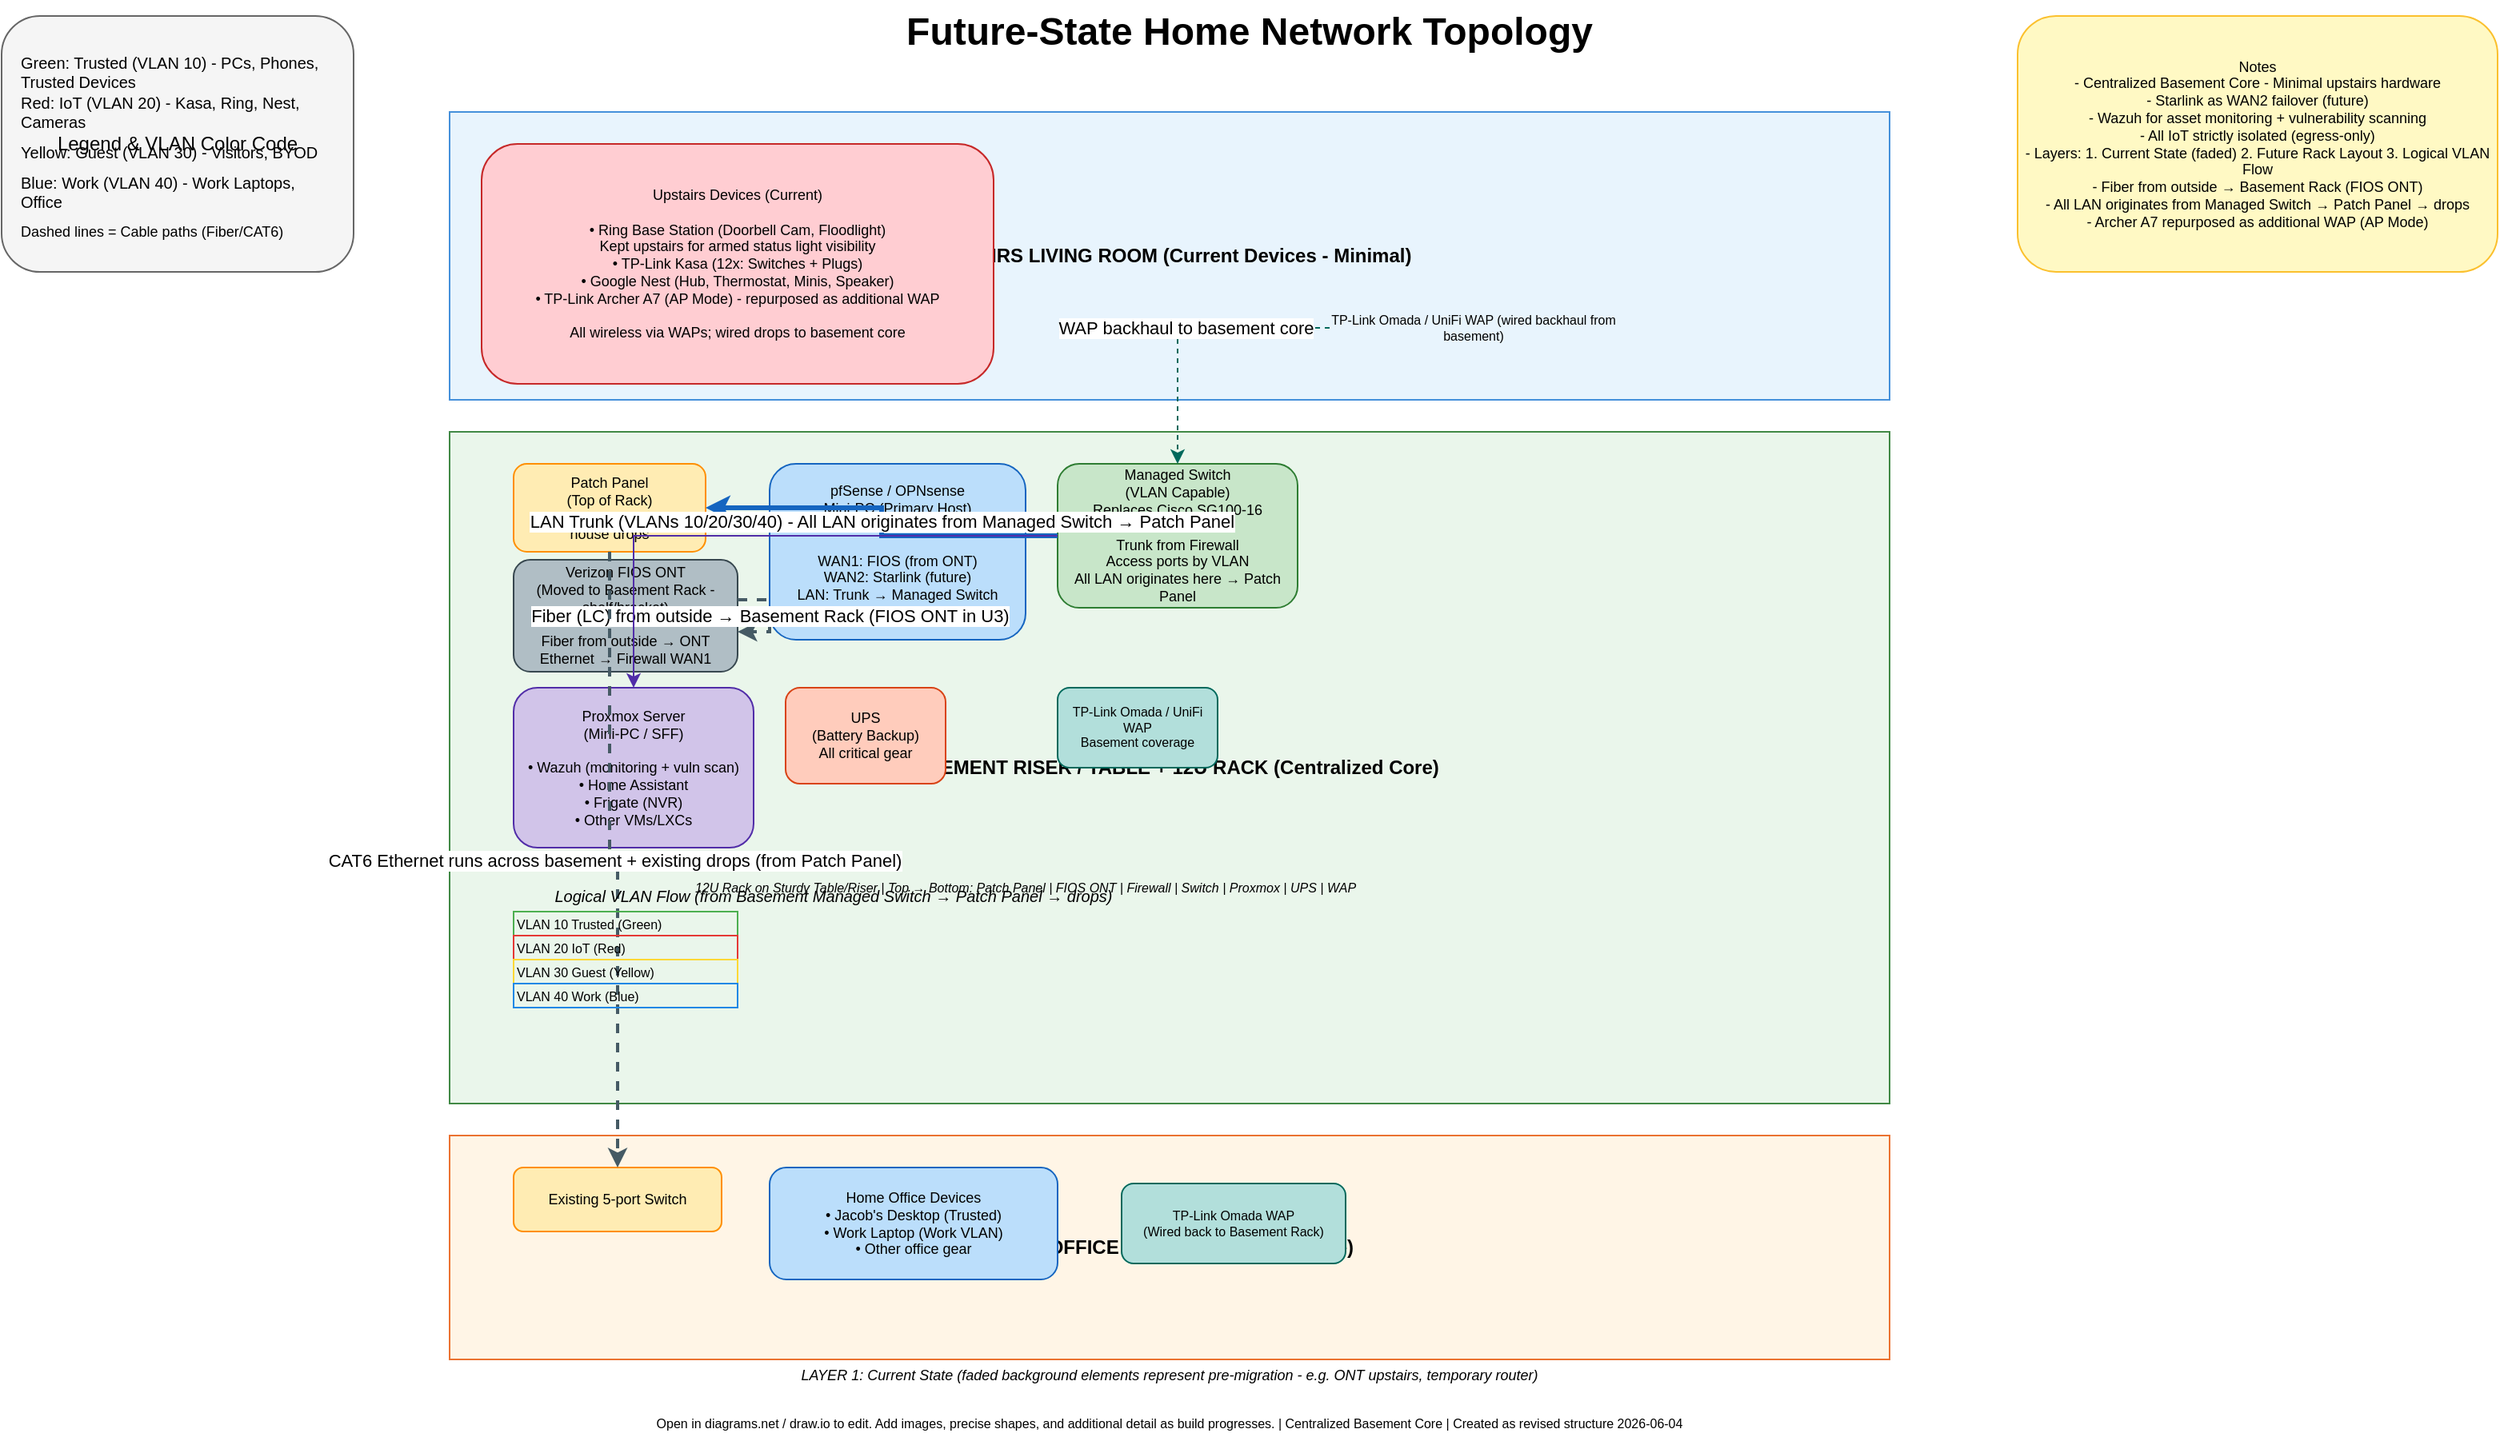
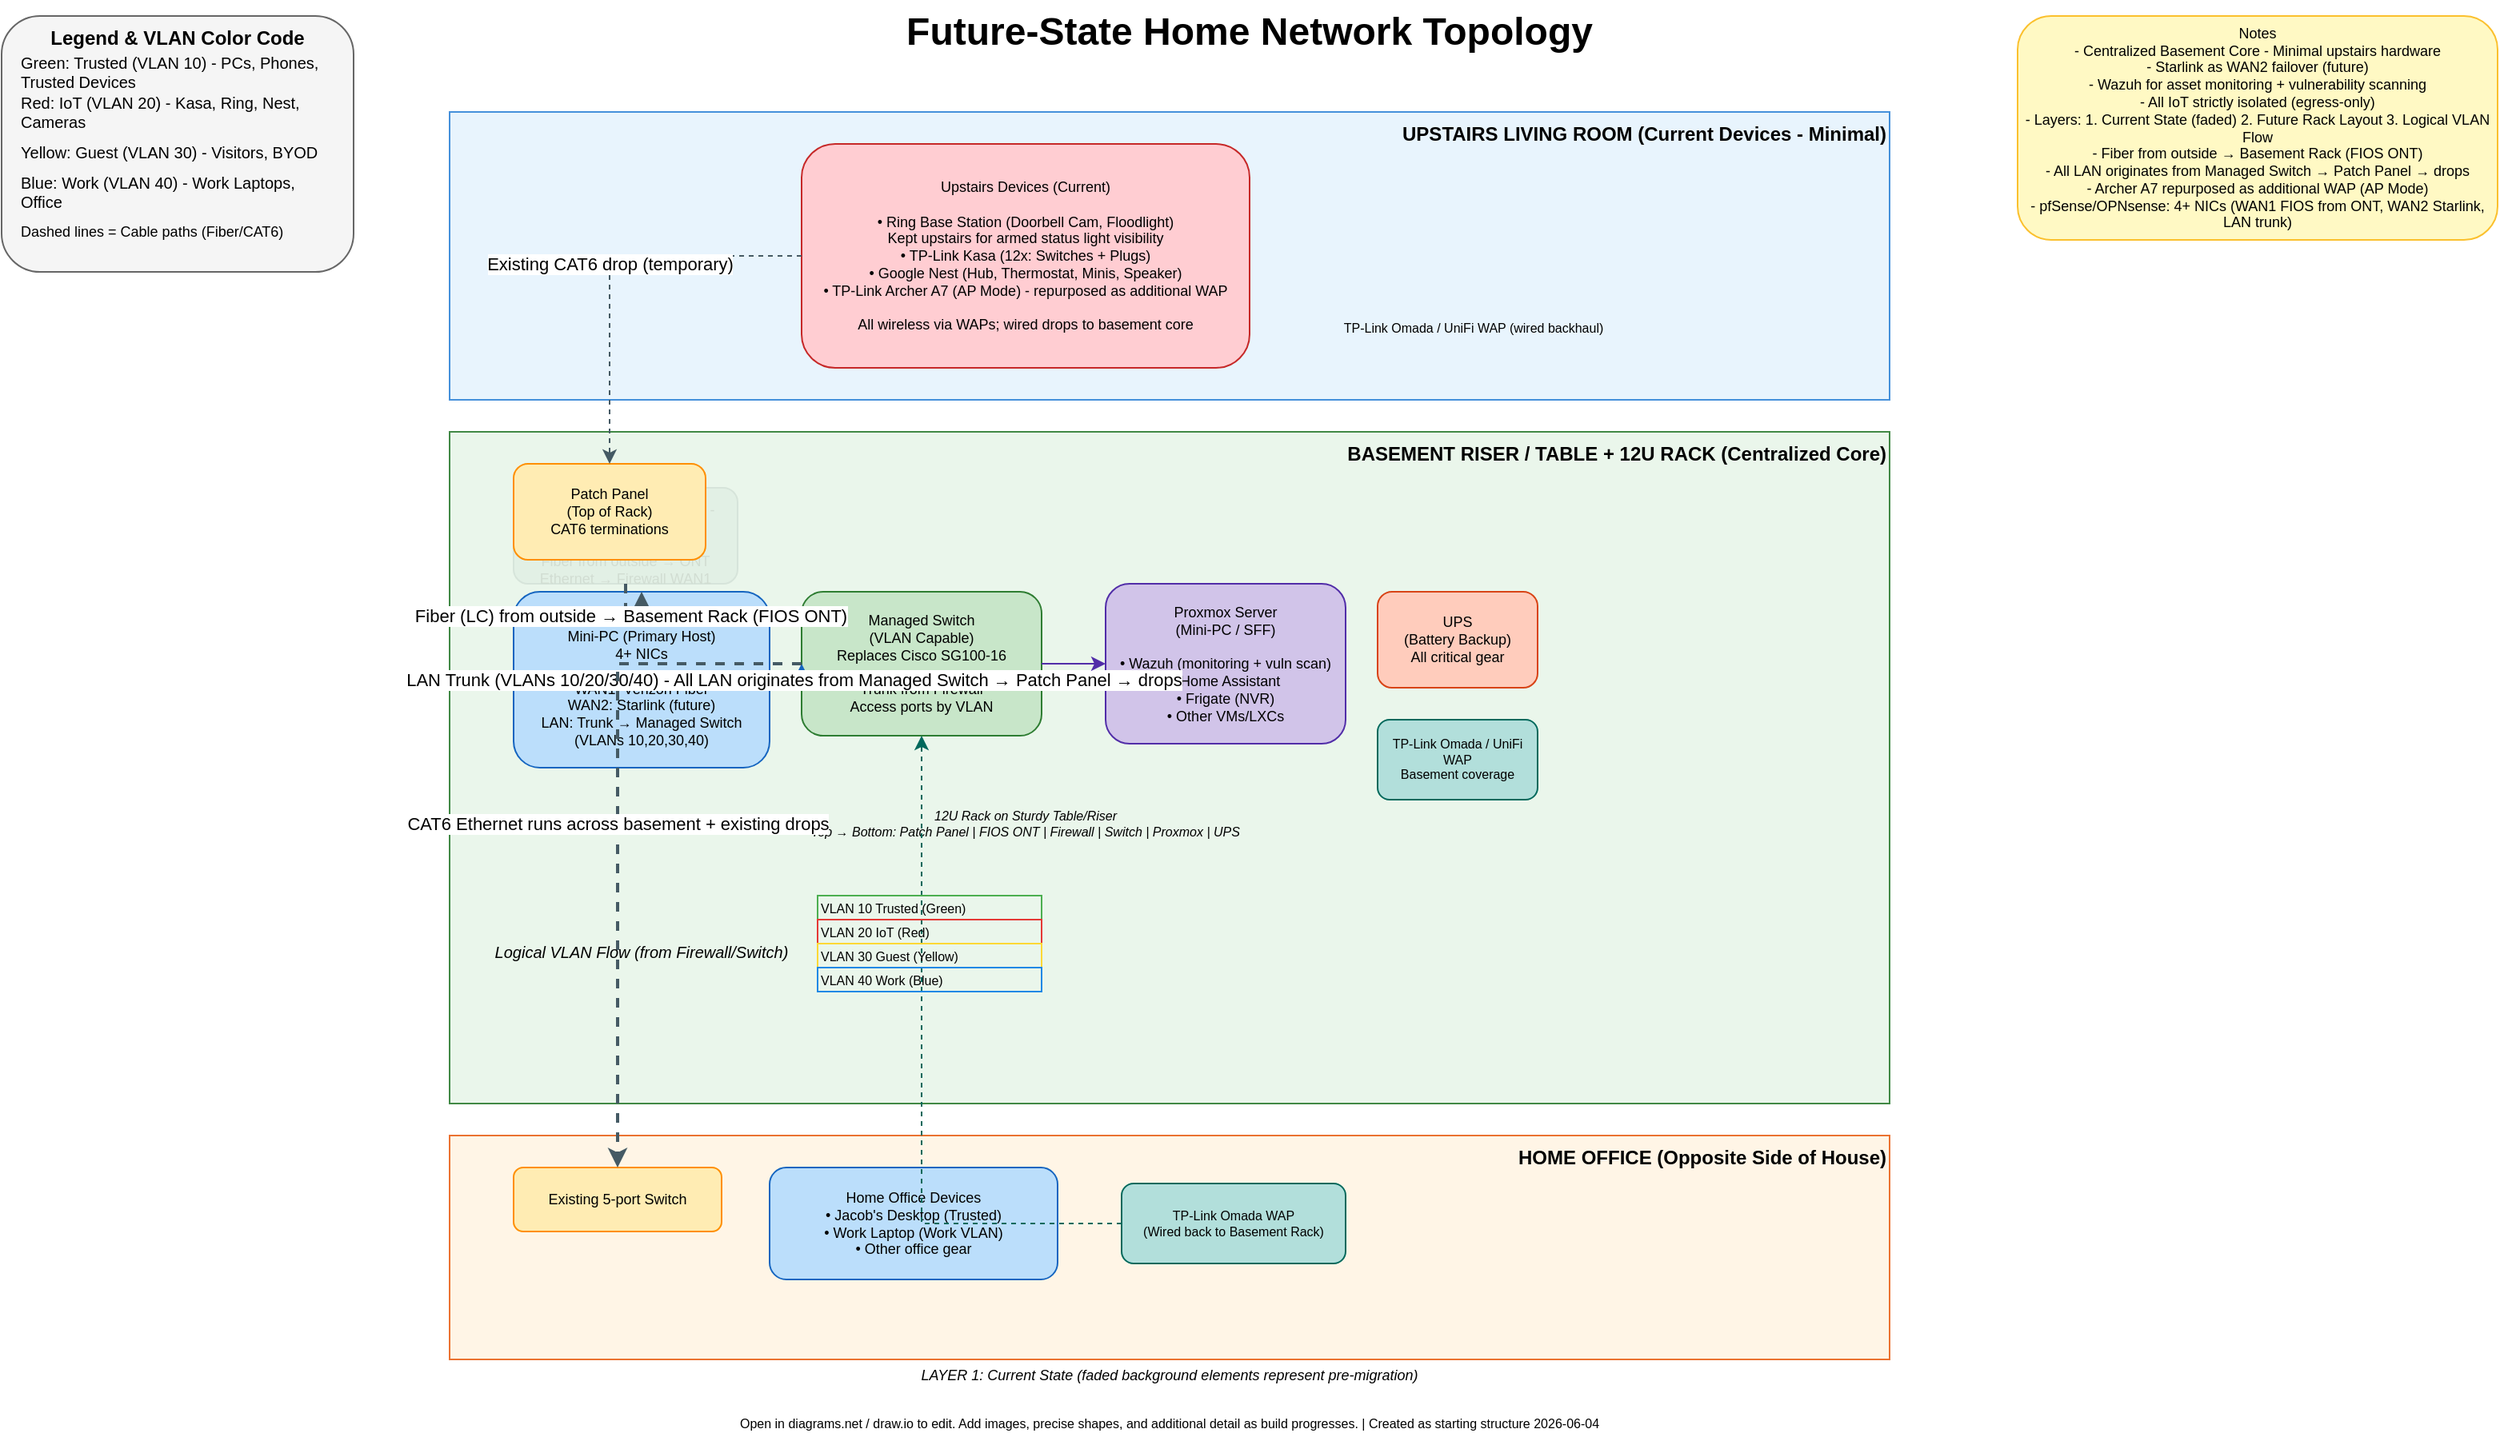
- <mxfile host="app.diagrams.net" modified="2026-06-04T15:10:00.000Z" agent="Grok-4.3" version="24.0.0" etag="future-state-revised">
-   <diagram name="Future-State Home Network Topology" id="future-state-revised">
-     <mxGraphModel dx="1424" dy="842" grid="1" gridSize="10" guides="1" tooltips="1" connect="1" arrows="1" fold="1" page="1" pageScale="1" pageWidth="1680" pageHeight="1050" math="0" shadow="0">
+ <mxfile host="app.diagrams.net">
+   <diagram name="Future-State Home Network Topology" id="VYEXW0rNY10q_rIyr2fQ">
+     <mxGraphModel dx="1512" dy="592" grid="1" gridSize="10" guides="1" tooltips="1" connect="1" arrows="1" fold="1" page="1" pageScale="1" pageWidth="850" pageHeight="1100" math="0" shadow="0">
      <root>
        <mxCell id="0" />
        <mxCell id="1" parent="0" />
- 
-         <!-- Title -->
-         <mxCell id="title" value="Future-State Home Network Topology" style="text;html=1;strokeColor=none;fillColor=none;align=center;verticalAlign=middle;whiteSpace=wrap;rounded=0;fontSize=24;fontStyle=1;" vertex="1" parent="1">
-           <mxGeometry x="500" y="10" width="600" height="40" as="geometry" />
+         <mxCell id="z0eYjY46S8jfoElOQu6q-1" parent="1" style="text;html=1;strokeColor=none;fillColor=none;align=center;verticalAlign=middle;whiteSpace=wrap;rounded=0;fontSize=24;fontStyle=1;" value="Future-State Home Network Topology" vertex="1">
+           <mxGeometry height="40" width="600" x="540" y="50" as="geometry" />
        </mxCell>
- 
-         <!-- Legend -->
-         <mxCell id="legend-box" value="Legend &amp; VLAN Color Code" style="rounded=1;whiteSpace=wrap;html=1;fillColor=#F5F5F5;strokeColor=#666666;" vertex="1" parent="1">
-           <mxGeometry x="20" y="20" width="220" height="160" as="geometry" />
+         <mxCell id="z0eYjY46S8jfoElOQu6q-2" parent="1" style="rounded=1;whiteSpace=wrap;html=1;fillColor=#F5F5F5;strokeColor=#666666;align=center;verticalAlign=top;fontStyle=1" value="Legend &amp;amp; VLAN Color Code" vertex="1">
+           <mxGeometry height="160" width="220" x="60" y="60" as="geometry" />
        </mxCell>
-         <mxCell id="legend-green" value="Green: Trusted (VLAN 10) - PCs, Phones, Trusted Devices" style="text;html=1;strokeColor=none;fillColor=none;align=left;verticalAlign=middle;whiteSpace=wrap;rounded=0;fontSize=10;" vertex="1" parent="1">
-           <mxGeometry x="30" y="45" width="200" height="20" as="geometry" />
+         <mxCell id="z0eYjY46S8jfoElOQu6q-3" parent="1" style="text;html=1;strokeColor=none;fillColor=none;align=left;verticalAlign=middle;whiteSpace=wrap;rounded=0;fontSize=10;" value="Green: Trusted (VLAN 10) - PCs, Phones, Trusted Devices" vertex="1">
+           <mxGeometry height="20" width="200" x="70" y="85" as="geometry" />
        </mxCell>
-         <mxCell id="legend-red" value="Red: IoT (VLAN 20) - Kasa, Ring, Nest, Cameras" style="text;html=1;strokeColor=none;fillColor=none;align=left;verticalAlign=middle;whiteSpace=wrap;rounded=0;fontSize=10;" vertex="1" parent="1">
-           <mxGeometry x="30" y="70" width="200" height="20" as="geometry" />
+         <mxCell id="z0eYjY46S8jfoElOQu6q-4" parent="1" style="text;html=1;strokeColor=none;fillColor=none;align=left;verticalAlign=middle;whiteSpace=wrap;rounded=0;fontSize=10;" value="Red: IoT (VLAN 20) - Kasa, Ring, Nest, Cameras" vertex="1">
+           <mxGeometry height="20" width="200" x="70" y="110" as="geometry" />
        </mxCell>
-         <mxCell id="legend-yellow" value="Yellow: Guest (VLAN 30) - Visitors, BYOD" style="text;html=1;strokeColor=none;fillColor=none;align=left;verticalAlign=middle;whiteSpace=wrap;rounded=0;fontSize=10;" vertex="1" parent="1">
-           <mxGeometry x="30" y="95" width="200" height="20" as="geometry" />
+         <mxCell id="z0eYjY46S8jfoElOQu6q-5" parent="1" style="text;html=1;strokeColor=none;fillColor=none;align=left;verticalAlign=middle;whiteSpace=wrap;rounded=0;fontSize=10;" value="Yellow: Guest (VLAN 30) - Visitors, BYOD" vertex="1">
+           <mxGeometry height="20" width="200" x="70" y="135" as="geometry" />
        </mxCell>
-         <mxCell id="legend-blue" value="Blue: Work (VLAN 40) - Work Laptops, Office" style="text;html=1;strokeColor=none;fillColor=none;align=left;verticalAlign=middle;whiteSpace=wrap;rounded=0;fontSize=10;" vertex="1" parent="1">
-           <mxGeometry x="30" y="120" width="200" height="20" as="geometry" />
+         <mxCell id="z0eYjY46S8jfoElOQu6q-6" parent="1" style="text;html=1;strokeColor=none;fillColor=none;align=left;verticalAlign=middle;whiteSpace=wrap;rounded=0;fontSize=10;" value="Blue: Work (VLAN 40) - Work Laptops, Office" vertex="1">
+           <mxGeometry height="20" width="200" x="70" y="160" as="geometry" />
        </mxCell>
-         <mxCell id="legend-note" value="Dashed lines = Cable paths (Fiber/CAT6)" style="text;html=1;strokeColor=none;fillColor=none;align=left;verticalAlign=middle;whiteSpace=wrap;rounded=0;fontSize=9;" vertex="1" parent="1">
-           <mxGeometry x="30" y="145" width="200" height="20" as="geometry" />
+         <mxCell id="z0eYjY46S8jfoElOQu6q-7" parent="1" style="text;html=1;strokeColor=none;fillColor=none;align=left;verticalAlign=middle;whiteSpace=wrap;rounded=0;fontSize=9;" value="Dashed lines = Cable paths (Fiber/CAT6)" vertex="1">
+           <mxGeometry height="20" width="200" x="70" y="185" as="geometry" />
        </mxCell>
- 
-         <!-- Notes Box - Updated -->
-         <mxCell id="notes-box" value="Notes&#10;- Centralized Basement Core - Minimal upstairs hardware&#10;- Starlink as WAN2 failover (future)&#10;- Wazuh for asset monitoring + vulnerability scanning&#10;- All IoT strictly isolated (egress-only)&#10;- Layers: 1. Current State (faded) 2. Future Rack Layout 3. Logical VLAN Flow&#10;- Fiber from outside → Basement Rack (FIOS ONT)&#10;- All LAN originates from Managed Switch → Patch Panel → drops&#10;- Archer A7 repurposed as additional WAP (AP Mode)" style="rounded=1;whiteSpace=wrap;html=1;fillColor=#FFF9C4;strokeColor=#FBC02D;fontSize=9;" vertex="1" parent="1">
-           <mxGeometry x="1280" y="20" width="300" height="160" as="geometry" />
+         <mxCell id="z0eYjY46S8jfoElOQu6q-8" parent="1" style="rounded=1;whiteSpace=wrap;html=1;fillColor=#FFF9C4;strokeColor=#FBC02D;fontSize=9;" value="Notes&#xa;- Centralized Basement Core - Minimal upstairs hardware&#xa;- Starlink as WAN2 failover (future)&#xa;- Wazuh for asset monitoring + vulnerability scanning&#xa;- All IoT strictly isolated (egress-only)&#xa;- Layers: 1. Current State (faded) 2. Future Rack Layout 3. Logical VLAN Flow&#xa;- Fiber from outside → Basement Rack (FIOS ONT)&#xa;- All LAN originates from Managed Switch → Patch Panel → drops&#xa;- Archer A7 repurposed as additional WAP (AP Mode)&#xa;- pfSense/OPNsense: 4+ NICs (WAN1 FIOS from ONT, WAN2 Starlink, LAN trunk)" vertex="1">
+           <mxGeometry height="140" width="300" x="1320" y="60" as="geometry" />
        </mxCell>
- 
-         <!-- Upstairs Living Room Layer -->
-         <mxCell id="upstairs-layer" value="UPSTAIRS LIVING ROOM (Current Devices - Minimal)" style="rounded=0;whiteSpace=wrap;html=1;fillColor=#E3F2FD;strokeColor=#1976D2;fontSize=12;fontStyle=1;opacity=80;" vertex="1" parent="1">
-           <mxGeometry x="300" y="80" width="900" height="180" as="geometry" />
+         <mxCell id="z0eYjY46S8jfoElOQu6q-9" parent="1" style="rounded=0;whiteSpace=wrap;html=1;fillColor=#E3F2FD;strokeColor=#1976D2;fontSize=12;fontStyle=1;opacity=80;align=right;verticalAlign=top;" value="UPSTAIRS LIVING ROOM (Current Devices - Minimal)" vertex="1">
+           <mxGeometry height="180" width="900" x="340" y="120" as="geometry" />
        </mxCell>
- 
-         <!-- Upstairs Devices - Updated: Ring with note, Archer A7, no old router, no ONT -->
-         <mxCell id="upstairs-devices" value="Upstairs Devices (Current)&#10;&#10;• Ring Base Station (Doorbell Cam, Floodlight)&#10;  Kept upstairs for armed status light visibility&#10;• TP-Link Kasa (12x: Switches + Plugs)&#10;• Google Nest (Hub, Thermostat, Minis, Speaker)&#10;• TP-Link Archer A7 (AP Mode) - repurposed as additional WAP&#10;&#10;All wireless via WAPs; wired drops to basement core" style="rounded=1;whiteSpace=wrap;html=1;fillColor=#FFCDD2;strokeColor=#C62828;fontSize=9;" vertex="1" parent="1">
-           <mxGeometry x="320" y="100" width="320" height="150" as="geometry" />
+         <mxCell id="z0eYjY46S8jfoElOQu6q-10" parent="1" style="rounded=1;whiteSpace=wrap;html=1;fillColor=#B0BEC5;strokeColor=#37474F;fontSize=9;" value="Verizon FIOS ONT&#xa;(Moved to Basement Rack - shelf/bracket)&#xa;&#xa;Fiber from outside → ONT&#xa;Ethernet → Firewall WAN1" vertex="1">
+           <mxGeometry height="60" width="140" x="380" y="355" as="geometry" />
        </mxCell>
- 
-         <!-- Basement WAP note -->
-         <mxCell id="upstairs-wap-note" value="TP-Link Omada / UniFi WAP (wired backhaul from basement)" style="text;html=1;strokeColor=none;fillColor=none;align=center;verticalAlign=middle;whiteSpace=wrap;rounded=0;fontSize=8;" vertex="1" parent="1">
-           <mxGeometry x="850" y="200" width="180" height="30" as="geometry" />
+         <mxCell id="z0eYjY46S8jfoElOQu6q-11" parent="1" style="rounded=1;whiteSpace=wrap;html=1;fillColor=#FFCDD2;strokeColor=#C62828;fontSize=9;" value="Upstairs Devices (Current)&#xa;&#xa;• Ring Base Station (Doorbell Cam, Floodlight)&#xa;  Kept upstairs for armed status light visibility&#xa;• TP-Link Kasa (12x: Switches + Plugs)&#xa;• Google Nest (Hub, Thermostat, Minis, Speaker)&#xa;• TP-Link Archer A7 (AP Mode) - repurposed as additional WAP&#xa;&#xa;All wireless via WAPs; wired drops to basement core" vertex="1">
+           <mxGeometry height="140" width="280" x="560" y="140" as="geometry" />
        </mxCell>
- 
-         <!-- Basement Rack Layer -->
-         <mxCell id="basement-layer" value="BASEMENT RISER / TABLE + 12U RACK (Centralized Core)" style="rounded=0;whiteSpace=wrap;html=1;fillColor=#E8F5E9;strokeColor=#2E7D32;fontSize=12;fontStyle=1;opacity=90;" vertex="1" parent="1">
-           <mxGeometry x="300" y="280" width="900" height="420" as="geometry" />
+         <mxCell id="z0eYjY46S8jfoElOQu6q-12" parent="1" style="text;html=1;strokeColor=none;fillColor=none;align=center;verticalAlign=middle;whiteSpace=wrap;rounded=0;fontSize=8;" value="TP-Link Omada / UniFi WAP (wired backhaul)" vertex="1">
+           <mxGeometry height="30" width="180" x="890" y="240" as="geometry" />
        </mxCell>
- 
-         <!-- Patch Panel -->
-         <mxCell id="patch-panel" value="Patch Panel&#10;(Top of Rack)&#10;CAT6 terminations from house drops" style="rounded=1;whiteSpace=wrap;html=1;fillColor=#FFECB3;strokeColor=#FF8F00;fontSize=9;" vertex="1" parent="1">
-           <mxGeometry x="340" y="300" width="120" height="55" as="geometry" />
+         <mxCell id="z0eYjY46S8jfoElOQu6q-13" parent="1" style="rounded=0;whiteSpace=wrap;html=1;fillColor=#E8F5E9;strokeColor=#2E7D32;fontSize=12;fontStyle=1;opacity=90;align=right;verticalAlign=top;" value="BASEMENT RISER / TABLE + 12U RACK (Centralized Core)" vertex="1">
+           <mxGeometry height="420" width="900" x="340" y="320" as="geometry" />
        </mxCell>
- 
-         <!-- FIOS ONT now in Basement Rack -->
-         <mxCell id="ont-basement" value="Verizon FIOS ONT&#10;(Moved to Basement Rack - shelf/bracket)&#10;&#10;Fiber from outside → ONT&#10;Ethernet → Firewall WAN1" style="rounded=1;whiteSpace=wrap;html=1;fillColor=#B0BEC5;strokeColor=#37474F;fontSize=9;" vertex="1" parent="1">
-           <mxGeometry x="340" y="360" width="140" height="70" as="geometry" />
+         <mxCell id="z0eYjY46S8jfoElOQu6q-14" parent="1" style="rounded=1;whiteSpace=wrap;html=1;fillColor=#FFECB3;strokeColor=#FF8F00;fontSize=9;" value="Patch Panel&#xa;(Top of Rack)&#xa;CAT6 terminations" vertex="1">
+           <mxGeometry height="60" width="120" x="380" y="340" as="geometry" />
        </mxCell>
- 
-         <!-- Main Firewall -->
-         <mxCell id="firewall" value="pfSense / OPNsense&#10;Mini-PC (Primary Host)&#10;4+ NICs&#10;&#10;WAN1: FIOS (from ONT)&#10;WAN2: Starlink (future)&#10;LAN: Trunk → Managed Switch&#10;(VLANs 10,20,30,40)" style="rounded=1;whiteSpace=wrap;html=1;fillColor=#BBDEFB;strokeColor=#1565C0;fontSize=9;" vertex="1" parent="1">
-           <mxGeometry x="500" y="300" width="160" height="110" as="geometry" />
+         <mxCell id="z0eYjY46S8jfoElOQu6q-15" parent="1" style="rounded=1;whiteSpace=wrap;html=1;fillColor=#BBDEFB;strokeColor=#1565C0;fontSize=9;" value="pfSense / OPNsense&#xa;Mini-PC (Primary Host)&#xa;4+ NICs&#xa;&#xa;WAN1: Verizon Fiber&#xa;WAN2: Starlink (future)&#xa;LAN: Trunk → Managed Switch&#xa;(VLANs 10,20,30,40)" vertex="1">
+           <mxGeometry height="110" width="160" x="380" y="420" as="geometry" />
        </mxCell>
- 
-         <!-- Managed Switch -->
-         <mxCell id="switch" value="Managed Switch&#10;(VLAN Capable)&#10;Replaces Cisco SG100-16&#10;&#10;Trunk from Firewall&#10;Access ports by VLAN&#10;All LAN originates here → Patch Panel" style="rounded=1;whiteSpace=wrap;html=1;fillColor=#C8E6C9;strokeColor=#2E7D32;fontSize=9;" vertex="1" parent="1">
-           <mxGeometry x="680" y="300" width="150" height="90" as="geometry" />
+         <mxCell id="z0eYjY46S8jfoElOQu6q-16" parent="1" style="rounded=1;whiteSpace=wrap;html=1;fillColor=#C8E6C9;strokeColor=#2E7D32;fontSize=9;" value="Managed Switch&#xa;(VLAN Capable)&#xa;Replaces Cisco SG100-16&#xa;&#xa;Trunk from Firewall&#xa;Access ports by VLAN" vertex="1">
+           <mxGeometry height="90" width="150" x="560" y="420" as="geometry" />
        </mxCell>
- 
-         <!-- Proxmox Server -->
-         <mxCell id="proxmox" value="Proxmox Server&#10;(Mini-PC / SFF)&#10;&#10;• Wazuh (monitoring + vuln scan)&#10;• Home Assistant&#10;• Frigate (NVR)&#10;• Other VMs/LXCs" style="rounded=1;whiteSpace=wrap;html=1;fillColor=#D1C4E9;strokeColor=#512DA8;fontSize=9;" vertex="1" parent="1">
-           <mxGeometry x="340" y="440" width="150" height="100" as="geometry" />
+         <mxCell id="z0eYjY46S8jfoElOQu6q-17" parent="1" style="rounded=1;whiteSpace=wrap;html=1;fillColor=#D1C4E9;strokeColor=#512DA8;fontSize=9;" value="Proxmox Server&#xa;(Mini-PC / SFF)&#xa;&#xa;• Wazuh (monitoring + vuln scan)&#xa;• Home Assistant&#xa;• Frigate (NVR)&#xa;• Other VMs/LXCs" vertex="1">
+           <mxGeometry height="100" width="150" x="750" y="415" as="geometry" />
        </mxCell>
- 
-         <!-- UPS -->
-         <mxCell id="ups" value="UPS&#10;(Battery Backup)&#10;All critical gear" style="rounded=1;whiteSpace=wrap;html=1;fillColor=#FFCCBC;strokeColor=#D84315;fontSize=9;" vertex="1" parent="1">
-           <mxGeometry x="510" y="440" width="100" height="60" as="geometry" />
+         <mxCell id="z0eYjY46S8jfoElOQu6q-18" parent="1" style="rounded=1;whiteSpace=wrap;html=1;fillColor=#FFCCBC;strokeColor=#D84315;fontSize=9;" value="UPS&#xa;(Battery Backup)&#xa;All critical gear" vertex="1">
+           <mxGeometry height="60" width="100" x="920" y="420" as="geometry" />
        </mxCell>
- 
-         <!-- Basement WAP -->
-         <mxCell id="basement-wap" value="TP-Link Omada / UniFi WAP&#10;Basement coverage" style="rounded=1;whiteSpace=wrap;html=1;fillColor=#B2DFDB;strokeColor=#00695C;fontSize=8;" vertex="1" parent="1">
-           <mxGeometry x="680" y="440" width="100" height="50" as="geometry" />
+         <mxCell id="z0eYjY46S8jfoElOQu6q-19" parent="1" style="rounded=1;whiteSpace=wrap;html=1;fillColor=#B2DFDB;strokeColor=#00695C;fontSize=8;" value="TP-Link Omada / UniFi WAP&#xa;Basement coverage" vertex="1">
+           <mxGeometry height="50" width="100" x="920" y="500" as="geometry" />
        </mxCell>
- 
-         <!-- Rack Structure Note -->
-         <mxCell id="rack-note" value="12U Rack on Sturdy Table/Riser | Top → Bottom: Patch Panel | FIOS ONT | Firewall | Switch | Proxmox | UPS | WAP" style="text;html=1;strokeColor=none;fillColor=none;align=center;verticalAlign=middle;whiteSpace=wrap;rounded=0;fontSize=8;fontStyle=2;" vertex="1" parent="1">
-           <mxGeometry x="340" y="550" width="640" height="30" as="geometry" />
+         <mxCell id="z0eYjY46S8jfoElOQu6q-20" parent="1" style="text;html=1;strokeColor=none;fillColor=none;align=center;verticalAlign=middle;whiteSpace=wrap;rounded=0;fontSize=8;fontStyle=2;" value="12U Rack on Sturdy Table/Riser&#xa;Top → Bottom: Patch Panel | FIOS ONT | Firewall | Switch | Proxmox | UPS" vertex="1">
+           <mxGeometry height="30" width="640" x="380" y="550" as="geometry" />
        </mxCell>
- 
-         <!-- Home Office Layer -->
-         <mxCell id="office-layer" value="HOME OFFICE (Opposite Side of House)" style="rounded=0;whiteSpace=wrap;html=1;fillColor=#FFF3E0;strokeColor=#E65100;fontSize=12;fontStyle=1;opacity=80;" vertex="1" parent="1">
-           <mxGeometry x="300" y="720" width="900" height="140" as="geometry" />
+         <mxCell id="z0eYjY46S8jfoElOQu6q-21" parent="1" style="rounded=0;whiteSpace=wrap;html=1;fillColor=#FFF3E0;strokeColor=#E65100;fontSize=12;fontStyle=1;opacity=80;align=right;verticalAlign=top;" value="HOME OFFICE (Opposite Side of House)" vertex="1">
+           <mxGeometry height="140" width="900" x="340" y="760" as="geometry" />
        </mxCell>
- 
-         <mxCell id="office-switch" value="Existing 5-port Switch" style="rounded=1;whiteSpace=wrap;html=1;fillColor=#FFECB3;strokeColor=#FF8F00;fontSize=9;" vertex="1" parent="1">
-           <mxGeometry x="340" y="740" width="130" height="40" as="geometry" />
+         <mxCell id="z0eYjY46S8jfoElOQu6q-22" parent="1" style="rounded=1;whiteSpace=wrap;html=1;fillColor=#FFECB3;strokeColor=#FF8F00;fontSize=9;" value="Existing 5-port Switch" vertex="1">
+           <mxGeometry height="40" width="130" x="380" y="780" as="geometry" />
        </mxCell>
- 
-         <mxCell id="office-devices" value="Home Office Devices&#10;• Jacob's Desktop (Trusted)&#10;• Work Laptop (Work VLAN)&#10;• Other office gear" style="rounded=1;whiteSpace=wrap;html=1;fillColor=#BBDEFB;strokeColor=#1565C0;fontSize=9;" vertex="1" parent="1">
-           <mxGeometry x="500" y="740" width="180" height="70" as="geometry" />
+         <mxCell id="z0eYjY46S8jfoElOQu6q-23" parent="1" style="rounded=1;whiteSpace=wrap;html=1;fillColor=#BBDEFB;strokeColor=#1565C0;fontSize=9;" value="Home Office Devices&#xa;• Jacob&#39;s Desktop (Trusted)&#xa;• Work Laptop (Work VLAN)&#xa;• Other office gear" vertex="1">
+           <mxGeometry height="70" width="180" x="540" y="780" as="geometry" />
        </mxCell>
- 
-         <mxCell id="office-wap" value="TP-Link Omada WAP&#10;(Wired back to Basement Rack)" style="rounded=1;whiteSpace=wrap;html=1;fillColor=#B2DFDB;strokeColor=#00695C;fontSize=8;" vertex="1" parent="1">
-           <mxGeometry x="720" y="750" width="140" height="50" as="geometry" />
+         <mxCell id="z0eYjY46S8jfoElOQu6q-24" parent="1" style="rounded=1;whiteSpace=wrap;html=1;fillColor=#B2DFDB;strokeColor=#00695C;fontSize=8;" value="TP-Link Omada WAP&#xa;(Wired back to Basement Rack)" vertex="1">
+           <mxGeometry height="50" width="140" x="760" y="790" as="geometry" />
        </mxCell>
- 
-         <!-- Updated Cable Paths -->
-         <!-- Fiber from outside to Basement ONT (dashed) -->
-         <mxCell id="fiber-conn" value="Fiber (LC) from outside → Basement Rack (FIOS ONT in U3)" style="edgeStyle=orthogonalEdgeStyle;rounded=0;orthogonalLoop=1;jettySize=auto;html=1;dashed=1;strokeColor=#455A64;strokeWidth=2;" edge="1" parent="1" source="ont-basement" target="ont-basement">
+         <mxCell id="z0eYjY46S8jfoElOQu6q-25" edge="1" parent="1" source="z0eYjY46S8jfoElOQu6q-10" style="edgeStyle=orthogonalEdgeStyle;rounded=0;orthogonalLoop=1;jettySize=auto;html=1;dashed=1;strokeColor=#455A64;strokeWidth=2;" target="z0eYjY46S8jfoElOQu6q-15" value="Fiber (LC) from outside → Basement Rack (FIOS ONT)">
          <mxGeometry relative="1" as="geometry" />
        </mxCell>
- 
-         <!-- LAN from Switch to Patch Panel (solid, all LAN originates here) -->
-         <mxCell id="trunk-lan" value="LAN Trunk (VLANs 10/20/30/40) - All LAN originates from Managed Switch → Patch Panel" style="edgeStyle=orthogonalEdgeStyle;rounded=0;orthogonalLoop=1;jettySize=auto;html=1;strokeColor=#1565C0;strokeWidth=3;" edge="1" parent="1" source="switch" target="patch-panel">
+         <mxCell id="z0eYjY46S8jfoElOQu6q-26" edge="1" parent="1" source="z0eYjY46S8jfoElOQu6q-15" style="edgeStyle=orthogonalEdgeStyle;rounded=0;orthogonalLoop=1;jettySize=auto;html=1;strokeColor=#1565C0;strokeWidth=3;" target="z0eYjY46S8jfoElOQu6q-16" value="LAN Trunk (VLANs 10/20/30/40) - All LAN originates from Managed Switch → Patch Panel → drops">
          <mxGeometry relative="1" as="geometry" />
        </mxCell>
- 
-         <!-- Switch to Proxmox -->
-         <mxCell id="switch-proxmox" value="" style="edgeStyle=orthogonalEdgeStyle;rounded=0;orthogonalLoop=1;jettySize=auto;html=1;strokeColor=#512DA8;" edge="1" parent="1" source="switch" target="proxmox">
+         <mxCell id="z0eYjY46S8jfoElOQu6q-27" edge="1" parent="1" source="z0eYjY46S8jfoElOQu6q-16" style="edgeStyle=orthogonalEdgeStyle;rounded=0;orthogonalLoop=1;jettySize=auto;html=1;strokeColor=#512DA8;" target="z0eYjY46S8jfoElOQu6q-17" value="">
          <mxGeometry relative="1" as="geometry" />
        </mxCell>
- 
-         <!-- Switch to Office (via Patch Panel and existing CAT6) -->
-         <mxCell id="basement-to-office" value="CAT6 Ethernet runs across basement + existing drops (from Patch Panel)" style="edgeStyle=orthogonalEdgeStyle;rounded=0;orthogonalLoop=1;jettySize=auto;html=1;dashed=1;strokeColor=#455A64;strokeWidth=2;" edge="1" parent="1" source="patch-panel" target="office-switch">
+         <mxCell id="z0eYjY46S8jfoElOQu6q-28" edge="1" parent="1" source="z0eYjY46S8jfoElOQu6q-16" style="edgeStyle=orthogonalEdgeStyle;rounded=0;orthogonalLoop=1;jettySize=auto;html=1;dashed=1;strokeColor=#455A64;strokeWidth=2;" target="z0eYjY46S8jfoElOQu6q-22" value="CAT6 Ethernet runs across basement + existing drops">
          <mxGeometry relative="1" as="geometry" />
        </mxCell>
- 
-         <!-- Upstairs WAP backhaul (dashed) -->
-         <mxCell id="upstairs-wap-backhaul" value="WAP backhaul to basement core" style="edgeStyle=orthogonalEdgeStyle;rounded=0;orthogonalLoop=1;jettySize=auto;html=1;dashed=1;strokeColor=#00695C;" edge="1" parent="1" source="upstairs-wap-note" target="switch">
+         <mxCell id="z0eYjY46S8jfoElOQu6q-29" edge="1" parent="1" source="z0eYjY46S8jfoElOQu6q-11" style="edgeStyle=orthogonalEdgeStyle;rounded=0;orthogonalLoop=1;jettySize=auto;html=1;dashed=1;strokeColor=#455A64;strokeWidth=1;" target="z0eYjY46S8jfoElOQu6q-14" value="Existing CAT6 drop (temporary)">
          <mxGeometry relative="1" as="geometry" />
        </mxCell>
- 
-         <!-- VLAN Flow -->
-         <mxCell id="vlan-flow-label" value="Logical VLAN Flow (from Basement Managed Switch → Patch Panel → drops)" style="text;html=1;strokeColor=none;fillColor=none;align=center;verticalAlign=middle;whiteSpace=wrap;rounded=0;fontSize=10;fontStyle=2;" vertex="1" parent="1">
-           <mxGeometry x="340" y="560" width="400" height="20" as="geometry" />
+         <mxCell id="z0eYjY46S8jfoElOQu6q-30" edge="1" parent="1" source="z0eYjY46S8jfoElOQu6q-24" style="edgeStyle=orthogonalEdgeStyle;rounded=0;orthogonalLoop=1;jettySize=auto;html=1;dashed=1;strokeColor=#00695C;" target="z0eYjY46S8jfoElOQu6q-16" value="">
+           <mxGeometry relative="1" as="geometry" />
        </mxCell>
- 
-         <mxCell id="vlan10-trusted" value="VLAN 10 Trusted (Green)" style="text;html=1;strokeColor=#4CAF50;fillColor=none;align=left;verticalAlign=middle;whiteSpace=wrap;rounded=0;fontSize=8;" vertex="1" parent="1">
-           <mxGeometry x="340" y="580" width="140" height="15" as="geometry" />
+         <mxCell id="z0eYjY46S8jfoElOQu6q-31" parent="1" style="text;html=1;strokeColor=none;fillColor=none;align=center;verticalAlign=middle;whiteSpace=wrap;rounded=0;fontSize=10;fontStyle=2;" value="Logical VLAN Flow (from Firewall/Switch)" vertex="1">
+           <mxGeometry height="20" width="300" x="310" y="635" as="geometry" />
        </mxCell>
-         <mxCell id="vlan20-iot" value="VLAN 20 IoT (Red)" style="text;html=1;strokeColor=#E53935;fillColor=none;align=left;verticalAlign=middle;whiteSpace=wrap;rounded=0;fontSize=8;" vertex="1" parent="1">
-           <mxGeometry x="340" y="595" width="140" height="15" as="geometry" />
+         <mxCell id="z0eYjY46S8jfoElOQu6q-32" parent="1" style="text;html=1;strokeColor=#4CAF50;fillColor=none;align=left;verticalAlign=middle;whiteSpace=wrap;rounded=0;fontSize=8;" value="VLAN 10 Trusted (Green)" vertex="1">
+           <mxGeometry height="15" width="140" x="570" y="610" as="geometry" />
        </mxCell>
-         <mxCell id="vlan30-guest" value="VLAN 30 Guest (Yellow)" style="text;html=1;strokeColor=#FDD835;fillColor=none;align=left;verticalAlign=middle;whiteSpace=wrap;rounded=0;fontSize=8;" vertex="1" parent="1">
-           <mxGeometry x="340" y="610" width="140" height="15" as="geometry" />
+         <mxCell id="z0eYjY46S8jfoElOQu6q-33" parent="1" style="text;html=1;strokeColor=#E53935;fillColor=none;align=left;verticalAlign=middle;whiteSpace=wrap;rounded=0;fontSize=8;" value="VLAN 20 IoT (Red)" vertex="1">
+           <mxGeometry height="15" width="140" x="570" y="625" as="geometry" />
        </mxCell>
-         <mxCell id="vlan40-work" value="VLAN 40 Work (Blue)" style="text;html=1;strokeColor=#1E88E5;fillColor=none;align=left;verticalAlign=middle;whiteSpace=wrap;rounded=0;fontSize=8;" vertex="1" parent="1">
-           <mxGeometry x="340" y="625" width="140" height="15" as="geometry" />
+         <mxCell id="z0eYjY46S8jfoElOQu6q-34" parent="1" style="text;html=1;strokeColor=#FDD835;fillColor=none;align=left;verticalAlign=middle;whiteSpace=wrap;rounded=0;fontSize=8;" value="VLAN 30 Guest (Yellow)" vertex="1">
+           <mxGeometry height="15" width="140" x="570" y="640" as="geometry" />
        </mxCell>
- 
-         <!-- Current State Faded Note -->
-         <mxCell id="current-state-note" value="LAYER 1: Current State (faded background elements represent pre-migration - e.g. ONT upstairs, temporary router)" style="text;html=1;strokeColor=none;fillColor=none;align=center;verticalAlign=middle;whiteSpace=wrap;rounded=0;fontSize=9;fontStyle=2;opacity=50;" vertex="1" parent="1">
-           <mxGeometry x="300" y="860" width="900" height="20" as="geometry" />
+         <mxCell id="z0eYjY46S8jfoElOQu6q-35" parent="1" style="text;html=1;strokeColor=#1E88E5;fillColor=none;align=left;verticalAlign=middle;whiteSpace=wrap;rounded=0;fontSize=8;" value="VLAN 40 Work (Blue)" vertex="1">
+           <mxGeometry height="15" width="140" x="570" y="655" as="geometry" />
        </mxCell>
- 
-         <!-- Footer -->
-         <mxCell id="footer" value="Open in diagrams.net / draw.io to edit. Add images, precise shapes, and additional detail as build progresses. | Centralized Basement Core | Created as revised structure 2026-06-04" style="text;html=1;strokeColor=none;fillColor=none;align=center;verticalAlign=middle;whiteSpace=wrap;rounded=0;fontSize=8;color=#666;" vertex="1" parent="1">
-           <mxGeometry x="300" y="890" width="900" height="20" as="geometry" />
+         <mxCell id="z0eYjY46S8jfoElOQu6q-36" parent="1" style="text;html=1;strokeColor=none;fillColor=none;align=center;verticalAlign=middle;whiteSpace=wrap;rounded=0;fontSize=9;fontStyle=2;opacity=50;" value="LAYER 1: Current State (faded background elements represent pre-migration)" vertex="1">
+           <mxGeometry height="20" width="900" x="340" y="900" as="geometry" />
        </mxCell>
- 
+         <mxCell id="z0eYjY46S8jfoElOQu6q-37" parent="1" style="text;html=1;strokeColor=none;fillColor=none;align=center;verticalAlign=middle;whiteSpace=wrap;rounded=0;fontSize=8;color=#666;" value="Open in diagrams.net / draw.io to edit. Add images, precise shapes, and additional detail as build progresses. | Created as starting structure 2026-06-04" vertex="1">
+           <mxGeometry height="20" width="900" x="340" y="930" as="geometry" />
+         </mxCell>
      </root>
    </mxGraphModel>
  </diagram>
- </mxfile>+ </mxfile>
